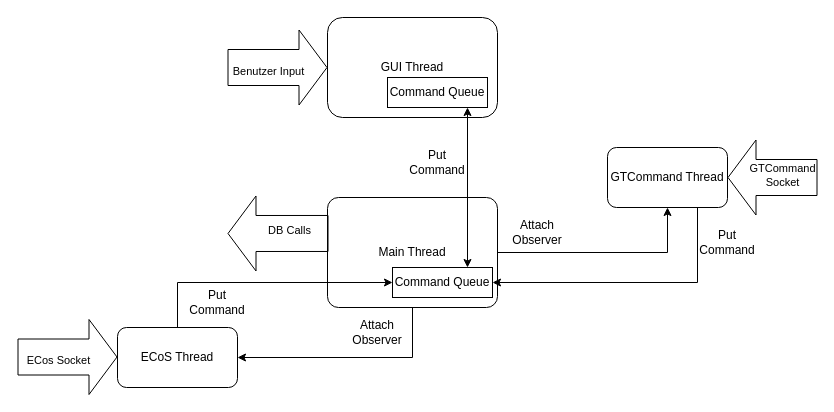
Above: threads.drawio in pascalreiss/draw_io_stuff (draw.io), before the change. Source tidied: cells renumbered, new cells numbered last; positions are measured from the earlier drawing's top-left corner, leaving out a move shared by most shapes. Both pictures are drawn from the tidied source at 100%, with x=0, y=0 at pixel (17, 17).
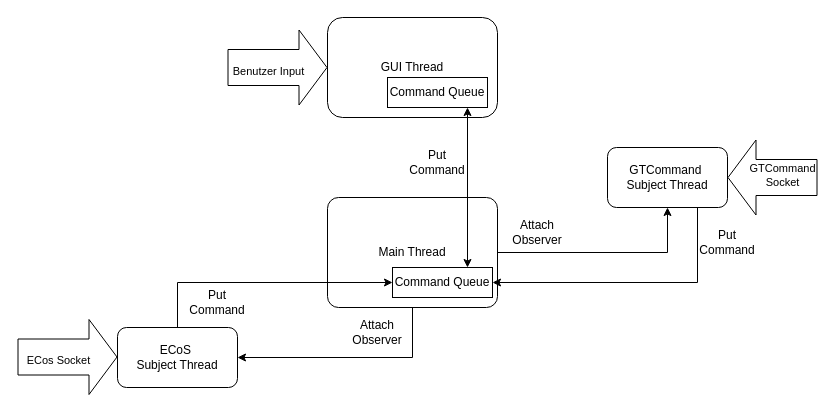
Above is the later version.

Unchanged cells that the change refers to:
```xml
<mxCell id="2" value="Main Thread" style="rounded=1;whiteSpace=wrap;html=1;arcSize=10;" parent="1" vertex="1">
  <mxGeometry x="310" y="180" width="170" height="110" as="geometry" />
</mxCell>
```

What changed in the source:
```diff
@@
-    <mxCell id="3" value="ECoS Thread" style="rounded=1;whiteSpace=wrap;html=1;" parent="1" vertex="1">
+    <mxCell id="3" value="&lt;div&gt;ECoS&amp;nbsp;&lt;/div&gt;&lt;div&gt;Subject Thread&lt;/div&gt;" style="rounded=1;whiteSpace=wrap;html=1;" parent="1" vertex="1">
       <mxGeometry x="100" y="310" width="120" height="60" as="geometry" />
     </mxCell>
-    <mxCell id="4" value="GTCommand Thread" style="rounded=1;whiteSpace=wrap;html=1;" parent="1" vertex="1">
+    <mxCell id="4" value="&lt;div&gt;GTCommand&amp;nbsp;&lt;/div&gt;&lt;div&gt;Subject Thread&lt;/div&gt;" style="rounded=1;whiteSpace=wrap;html=1;" parent="1" vertex="1">
       <mxGeometry x="590" y="130" width="120" height="60" as="geometry" />
     </mxCell>
@@
-    <mxCell id="25" style="shape=flexArrow;endArrow=classic;html=1;rounded=0;endWidth=38;endSize=9;width=36;exitX=0.006;exitY=0.327;exitDx=0;exitDy=0;exitPerimeter=0;" parent="1" edge="1" source="2">
-      <mxGeometry relative="1" as="geometry">
-        <mxPoint x="210" y="216" as="targetPoint" />
-      </mxGeometry>
-    </mxCell>
-    <mxCell id="26" value="DB Calls" style="edgeLabel;html=1;align=center;verticalAlign=middle;" parent="25" vertex="1">
-      <mxGeometry x="-0.2" y="-3" relative="1" as="geometry" />
-    </mxCell>
```
